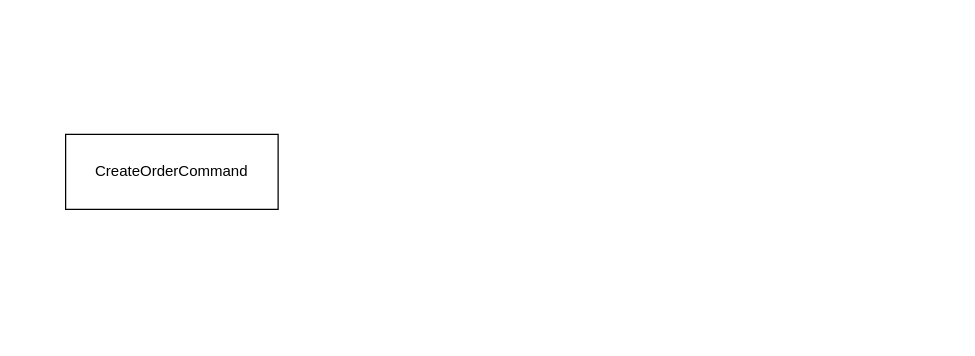
Before: hello shop 命令模式.drawio in spinoza1989/drawIO, a draw.io diagram. Source tidied: cells renumbered, new cells numbered last; positions are measured from the earlier drawing's top-left corner, leaving out a move shared by most shapes. Both pictures are drawn from the tidied source at 125%, with x=0, y=0 at pixel (65, 134).
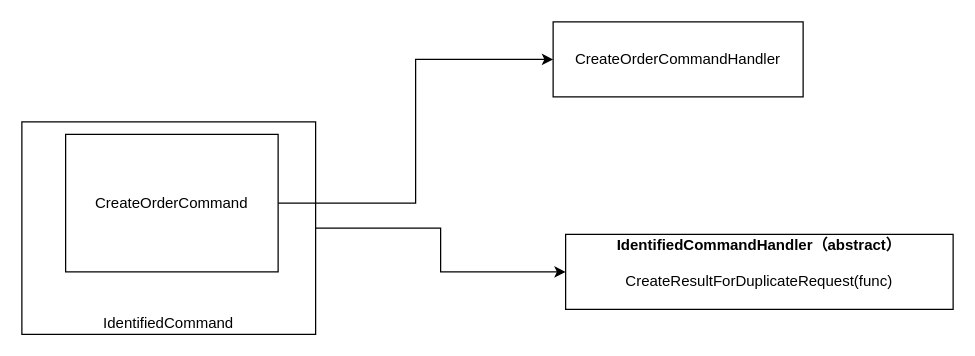
After the change.

Commit message (it also covers changes not shown here):
更新hello shop 命令模式.drawio

Diff of the diagram source:
```diff
@@
 <mxGraphModel>
   <root>
     <mxCell id="0" />
     <mxCell id="1" parent="0" />
+    <mxCell id="3" style="edgeStyle=orthogonalEdgeStyle;rounded=0;jettySize=auto;html=1;entryX=0;entryY=0.5;entryDx=0;entryDy=0;" parent="1" edge="1" source="4" target="7">
+      <mxGeometry relative="1" as="geometry" />
+    </mxCell>
+    <mxCell id="4" value="IdentifiedCommand" style="rounded=0;whiteSpace=wrap;html=1;verticalAlign=bottom;" parent="1" vertex="1">
+      <mxGeometry x="-35" y="-10" width="235" height="170" as="geometry" />
+    </mxCell>
+    <mxCell id="5" style="edgeStyle=orthogonalEdgeStyle;rounded=0;jettySize=auto;html=1;entryX=0;entryY=0.5;entryDx=0;entryDy=0;" parent="1" edge="1" source="2" target="6">
+      <mxGeometry relative="1" as="geometry" />
+    </mxCell>
     <mxCell id="2" value="CreateOrderCommand" style="rounded=0;whiteSpace=wrap;html=1;" parent="1" vertex="1">
-      <mxGeometry width="170" height="60" as="geometry" />
+      <mxGeometry width="170" height="110" as="geometry" />
     </mxCell>
+    <mxCell id="6" value="CreateOrderCommandHandler" style="rounded=0;whiteSpace=wrap;html=1;" parent="1" vertex="1">
+      <mxGeometry x="390" y="-90" width="200" height="60" as="geometry" />
+    </mxCell>
+    <mxCell id="7" value="&lt;b&gt;IdentifiedCommandHandler（abstract）&lt;/b&gt;&lt;div&gt;&lt;b&gt;&lt;br&gt;&lt;/b&gt;&lt;div&gt;CreateResultForDuplicateRequest(func)&lt;br&gt;&lt;/div&gt;&lt;div&gt;&lt;br&gt;&lt;/div&gt;&lt;/div&gt;" style="rounded=0;whiteSpace=wrap;html=1;" parent="1" vertex="1">
+      <mxGeometry x="400" y="80" width="310" height="60" as="geometry" />
+    </mxCell>
   </root>
 </mxGraphModel>
```
